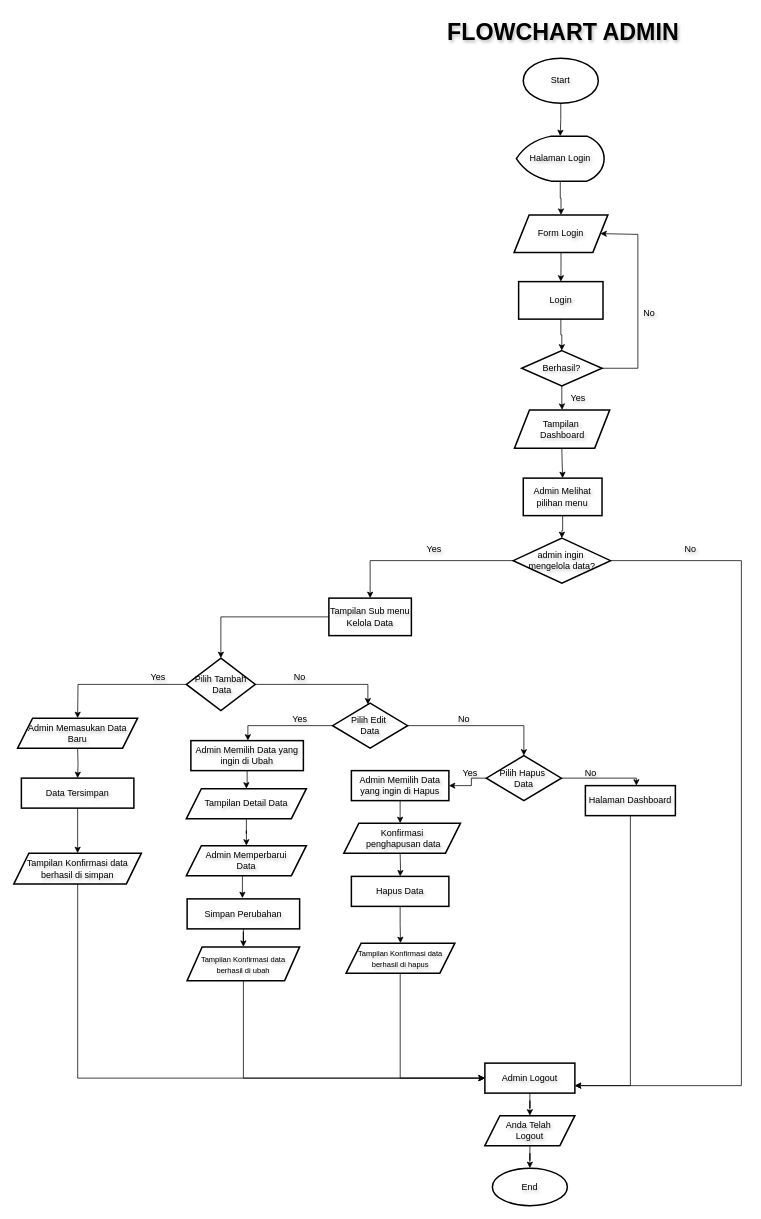
Earlier version of the draw.io diagram admin.drawio (EnjoyUrLife69/PKL-INTERNAL). Source tidied: cells renumbered, new cells numbered last; positions are measured from the earlier drawing's top-left corner, leaving out a move shared by most shapes. Both pictures are drawn from the tidied source at 75%, with x=0, y=0 at pixel (14, 13).
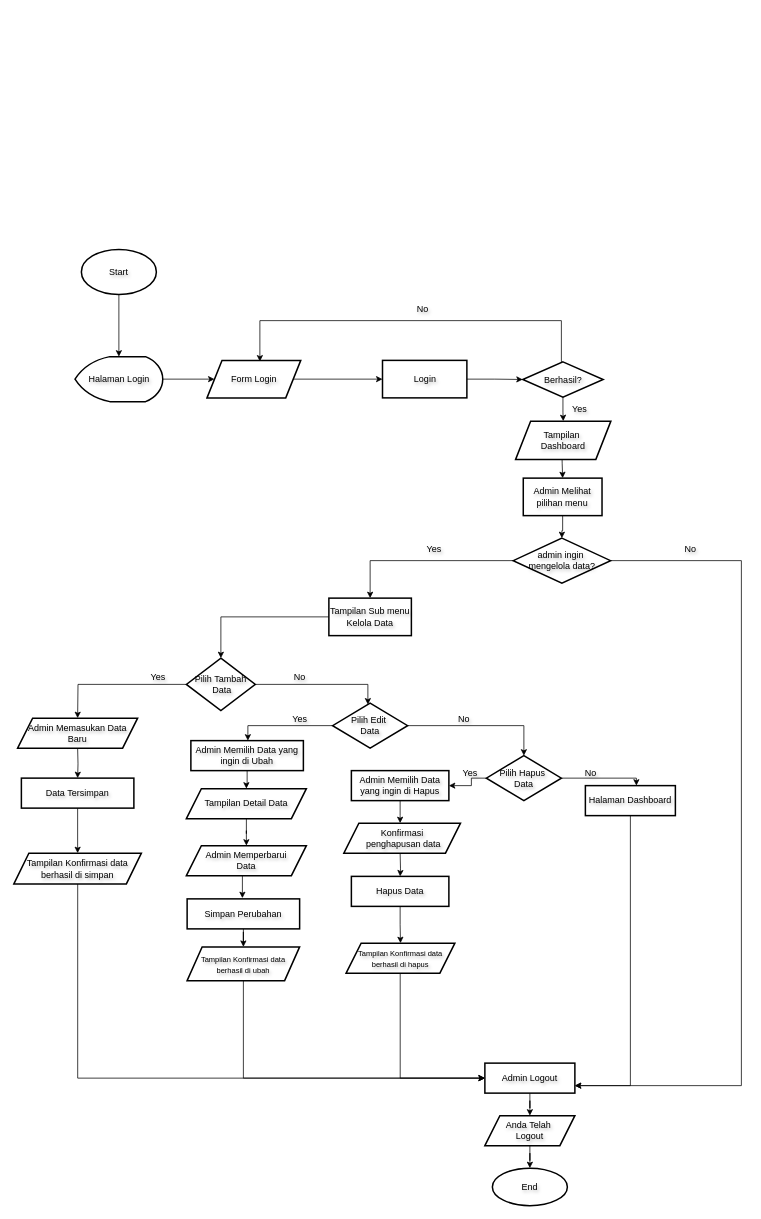
Above is the later version.

What changed in the source:
```diff
@@
     <mxCell id="3" value="Start" style="strokeWidth=2;html=1;shape=mxgraph.flowchart.start_1;whiteSpace=wrap;textShadow=1;" parent="1" vertex="1">
-      <mxGeometry x="679.2" y="60" width="100" height="60" as="geometry" />
+      <mxGeometry x="90" y="315" width="100" height="60" as="geometry" />
     </mxCell>
@@
     <mxCell id="5" value="Form Login" style="shape=parallelogram;perimeter=parallelogramPerimeter;whiteSpace=wrap;html=1;fixedSize=1;strokeWidth=2;textShadow=1;" parent="1" vertex="1">
-      <mxGeometry x="667" y="269" width="125" height="50" as="geometry" />
+      <mxGeometry x="257.5" y="463" width="125" height="50" as="geometry" />
     </mxCell>
@@
     <mxCell id="7" value="Login" style="whiteSpace=wrap;html=1;strokeWidth=2;textShadow=1;" parent="1" vertex="1">
-      <mxGeometry x="673" y="358" width="112.5" height="50" as="geometry" />
+      <mxGeometry x="491.5" y="463" width="112.5" height="50" as="geometry" />
     </mxCell>
-    <mxCell id="8" style="edgeStyle=orthogonalEdgeStyle;rounded=0;jettySize=auto;html=1;entryX=1;entryY=0.5;entryDx=0;entryDy=0;textShadow=1;" parent="1" edge="1" source="10" target="5">
+    <mxCell id="8" style="edgeStyle=orthogonalEdgeStyle;rounded=0;jettySize=auto;html=1;entryX=1;entryY=0.5;entryDx=0;entryDy=0;textShadow=1;" parent="1" edge="1" source="10">
       <mxGeometry relative="1" as="geometry">
+        <mxPoint x="328" y="464.5" as="targetPoint" />
         <Array as="points">
-          <mxPoint x="832" y="473.5" />
-          <mxPoint x="832" y="295" />
+          <mxPoint x="730" y="410" />
+          <mxPoint x="328" y="410" />
         </Array>
       </mxGeometry>
     </mxCell>
@@
     <mxCell id="10" value="Berhasil?" style="rhombus;whiteSpace=wrap;html=1;strokeWidth=2;textShadow=1;" parent="1" vertex="1">
-      <mxGeometry x="677" y="450" width="107.2" height="47" as="geometry" />
+      <mxGeometry x="678.5" y="465" width="107.2" height="47" as="geometry" />
     </mxCell>
     <mxCell id="11" value="No" style="text;html=1;align=center;verticalAlign=middle;strokeColor=none;fillColor=none;textShadow=1;" parent="1" vertex="1">
-      <mxGeometry x="827" y="385" width="40" height="30" as="geometry" />
+      <mxGeometry x="525" y="380" width="40" height="30" as="geometry" />
     </mxCell>
@@
     <mxCell id="18" value="Yes" style="text;html=1;align=center;verticalAlign=middle;strokeColor=none;fillColor=none;textShadow=1;" parent="1" vertex="1">
-      <mxGeometry x="732" y="498" width="40" height="30" as="geometry" />
+      <mxGeometry x="733.5" y="513" width="40" height="30" as="geometry" />
     </mxCell>
@@
-    <mxCell id="59" value="FLOWCHART ADMIN" style="text;html=1;align=center;verticalAlign=middle;strokeColor=none;fillColor=none;strokeWidth=3;fontSize=31;fontStyle=1;textShadow=1;" parent="1" vertex="1">
-      <mxGeometry x="566.8" width="330" height="50" as="geometry" />
-    </mxCell>
@@
     <mxCell id="67" value="Tampilan&amp;nbsp;&lt;div&gt;Dashboard&lt;/div&gt;" style="shape=parallelogram;perimeter=parallelogramPerimeter;whiteSpace=wrap;html=1;fixedSize=1;strokeWidth=2;textShadow=1;" parent="1" vertex="1">
-      <mxGeometry x="667.5" y="529" width="127" height="51" as="geometry" />
+      <mxGeometry x="669" y="544" width="127" height="51" as="geometry" />
     </mxCell>
@@
     <mxCell id="69" value="Halaman Login" style="strokeWidth=2;html=1;shape=mxgraph.flowchart.display;whiteSpace=wrap;textShadow=1;" parent="1" vertex="1">
-      <mxGeometry x="670" y="164" width="117" height="60" as="geometry" />
+      <mxGeometry x="81.5" y="458" width="117" height="60" as="geometry" />
     </mxCell>
```
